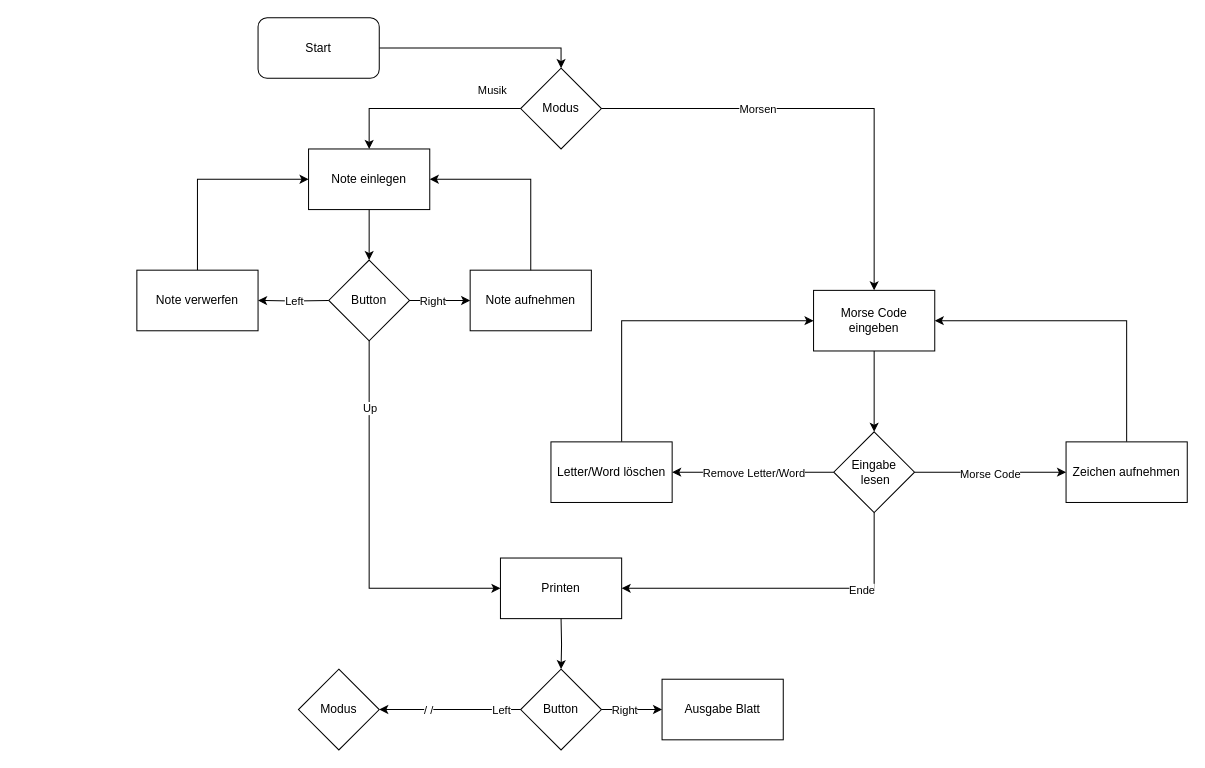
Earlier version of the draw.io diagram JMALX3/FLowchart_LEGO.drawio (Janus124/LegoMindstorms). Source tidied: cells renumbered, new cells numbered last; positions are measured from the earlier drawing's top-left corner, leaving out a move shared by most shapes. Both pictures are drawn from the tidied source at 101%, with x=0, y=0 at pixel (136, 17).
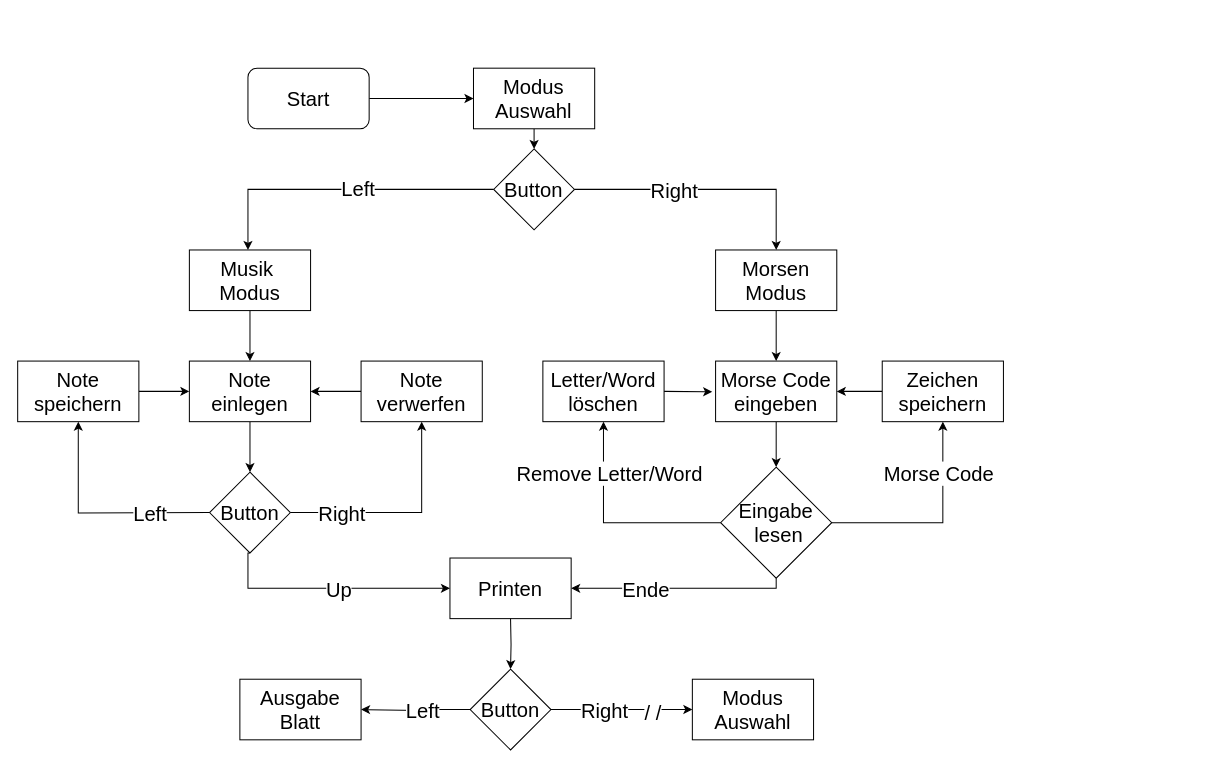
The same page after the edit.

Diff of the diagram source:
```diff
@@
-    <mxCell id="2" style="edgeStyle=orthogonalEdgeStyle;rounded=0;jettySize=auto;html=1;exitX=0;exitY=0.5;exitDx=0;exitDy=0;entryX=0.5;entryY=0;entryDx=0;entryDy=0;" parent="1" edge="1" source="6" target="10">
+    <mxCell id="2" style="edgeStyle=orthogonalEdgeStyle;rounded=0;jettySize=auto;html=1;exitX=0;exitY=0.5;exitDx=0;exitDy=0;fontSize=20;" parent="1" edge="1" source="6" target="50">
       <mxGeometry relative="1" as="geometry">
         <Array as="points">
-          <mxPoint x="230" y="90" />
+          <mxPoint x="110" y="170" />
         </Array>
       </mxGeometry>
     </mxCell>
-    <mxCell id="3" value="Musik" style="edgeLabel;html=1;align=center;verticalAlign=middle;" parent="2" vertex="1">
+    <mxCell id="3" value="Left" style="edgeLabel;html=1;align=center;verticalAlign=middle;fontSize=20;" parent="2" vertex="1">
       <mxGeometry x="0.16" y="-1" relative="1" as="geometry">
-        <mxPoint x="81" y="-18" as="offset" />
+        <mxPoint x="41" y="-1" as="offset" />
       </mxGeometry>
     </mxCell>
-    <mxCell id="4" style="edgeStyle=orthogonalEdgeStyle;rounded=0;jettySize=auto;html=1;exitX=1;exitY=0.5;exitDx=0;exitDy=0;entryX=0.5;entryY=0;entryDx=0;entryDy=0;" parent="1" edge="1" source="6" target="12">
+    <mxCell id="4" style="edgeStyle=orthogonalEdgeStyle;rounded=0;jettySize=auto;html=1;exitX=1;exitY=0.5;exitDx=0;exitDy=0;fontSize=20;entryX=0.5;entryY=0;entryDx=0;entryDy=0;" parent="1" edge="1" source="6" target="52">
       <mxGeometry relative="1" as="geometry">
         <Array as="points">
-          <mxPoint x="730" y="90" />
+          <mxPoint x="633" y="170" />
         </Array>
       </mxGeometry>
     </mxCell>
-    <mxCell id="5" value="Morsen" style="edgeLabel;html=1;align=center;verticalAlign=middle;" parent="4" vertex="1">
+    <mxCell id="5" value="Right" style="edgeLabel;html=1;align=center;verticalAlign=middle;fontSize=20;" parent="4" vertex="1">
       <mxGeometry x="0.04" relative="1" as="geometry">
-        <mxPoint x="-80" as="offset" />
+        <mxPoint x="-37" as="offset" />
       </mxGeometry>
     </mxCell>
-    <mxCell id="6" value="Modus" style="rhombus;whiteSpace=wrap;html=1;" parent="1" vertex="1">
-      <mxGeometry x="380" y="50" width="80" height="80" as="geometry" />
+    <mxCell id="6" value="Button" style="rhombus;whiteSpace=wrap;html=1;fontSize=20;" parent="1" vertex="1">
+      <mxGeometry x="353.3" y="130" width="80" height="80" as="geometry" />
     </mxCell>
-    <mxCell id="7" style="edgeStyle=orthogonalEdgeStyle;rounded=0;jettySize=auto;html=1;entryX=0.5;entryY=0;entryDx=0;entryDy=0;" parent="1" edge="1" source="8" target="6">
-      <mxGeometry relative="1" as="geometry" />
-    </mxCell>
+    <mxCell id="45" style="edgeStyle=orthogonalEdgeStyle;rounded=0;jettySize=auto;html=1;entryX=0;entryY=0.5;entryDx=0;entryDy=0;" parent="1" edge="1" source="8" target="48">
+      <mxGeometry relative="1" as="geometry" />
+    </mxCell>
-    <mxCell id="8" value="Start" style="rounded=1;whiteSpace=wrap;html=1;" parent="1" vertex="1">
-      <mxGeometry x="120" width="120" height="60" as="geometry" />
+    <mxCell id="8" value="Start" style="rounded=1;whiteSpace=wrap;html=1;fontSize=20;" parent="1" vertex="1">
+      <mxGeometry x="110" y="50" width="120" height="60" as="geometry" />
     </mxCell>
-    <mxCell id="9" style="edgeStyle=orthogonalEdgeStyle;rounded=0;jettySize=auto;html=1;entryX=0.5;entryY=0;entryDx=0;entryDy=0;" parent="1" edge="1" source="10" target="29">
+    <mxCell id="9" style="edgeStyle=orthogonalEdgeStyle;rounded=0;jettySize=auto;html=1;entryX=0.5;entryY=0;entryDx=0;entryDy=0;fontSize=20;" parent="1" edge="1" source="10" target="29">
       <mxGeometry relative="1" as="geometry" />
     </mxCell>
-    <mxCell id="10" value="Note einlegen" style="rounded=0;whiteSpace=wrap;html=1;" parent="1" vertex="1">
-      <mxGeometry x="170" y="130" width="120" height="60" as="geometry" />
+    <mxCell id="10" value="Note einlegen" style="rounded=0;whiteSpace=wrap;html=1;fontSize=20;" parent="1" vertex="1">
+      <mxGeometry x="52" y="340" width="120" height="60" as="geometry" />
     </mxCell>
-    <mxCell id="11" style="edgeStyle=orthogonalEdgeStyle;rounded=0;jettySize=auto;html=1;entryX=0.5;entryY=0;entryDx=0;entryDy=0;" parent="1" edge="1" source="12" target="19">
+    <mxCell id="11" style="edgeStyle=orthogonalEdgeStyle;rounded=0;jettySize=auto;html=1;entryX=0.5;entryY=0;entryDx=0;entryDy=0;fontSize=20;" parent="1" edge="1" source="12" target="19">
       <mxGeometry relative="1" as="geometry" />
     </mxCell>
-    <mxCell id="12" value="Morse Code eingeben" style="rounded=0;whiteSpace=wrap;html=1;" parent="1" vertex="1">
-      <mxGeometry x="670" y="270" width="120" height="60" as="geometry" />
+    <mxCell id="12" value="Morse Code eingeben" style="rounded=0;whiteSpace=wrap;html=1;fontSize=20;" parent="1" vertex="1">
+      <mxGeometry x="573" y="340" width="120" height="60" as="geometry" />
     </mxCell>
-    <mxCell id="13" style="edgeStyle=orthogonalEdgeStyle;rounded=0;jettySize=auto;html=1;entryX=0;entryY=0.5;entryDx=0;entryDy=0;" parent="1" edge="1" source="19" target="24">
+    <mxCell id="13" style="edgeStyle=orthogonalEdgeStyle;rounded=0;jettySize=auto;html=1;entryX=0.5;entryY=1;entryDx=0;entryDy=0;fontSize=20;exitX=1;exitY=0.5;exitDx=0;exitDy=0;" parent="1" edge="1" source="19" target="24">
       <mxGeometry relative="1" as="geometry">
         <Array as="points">
-          <mxPoint x="860" y="450" />
-          <mxPoint x="860" y="450" />
+          <mxPoint x="798" y="500" />
         </Array>
       </mxGeometry>
     </mxCell>
-    <mxCell id="14" value="Morse Code" style="edgeLabel;html=1;align=center;verticalAlign=middle;" parent="13" vertex="1">
-      <mxGeometry x="-0.02" y="-1" relative="1" as="geometry" />
+    <mxCell id="14" value="Morse Code" style="edgeLabel;html=1;align=center;verticalAlign=middle;fontSize=20;" parent="13" vertex="1">
+      <mxGeometry x="-0.02" y="-1" relative="1" as="geometry">
+        <mxPoint x="2" y="-51" as="offset" />
+      </mxGeometry>
     </mxCell>
-    <mxCell id="15" style="edgeStyle=orthogonalEdgeStyle;rounded=0;jettySize=auto;html=1;exitX=0;exitY=0.5;exitDx=0;exitDy=0;entryX=1;entryY=0.5;entryDx=0;entryDy=0;" parent="1" edge="1" source="19" target="22">
+    <mxCell id="15" style="edgeStyle=orthogonalEdgeStyle;rounded=0;jettySize=auto;html=1;exitX=0;exitY=0.5;exitDx=0;exitDy=0;entryX=0.5;entryY=1;entryDx=0;entryDy=0;fontSize=20;" parent="1" edge="1" source="19" target="22">
       <mxGeometry relative="1" as="geometry">
         <Array as="points">
-          <mxPoint x="530" y="450" />
+          <mxPoint x="462" y="500" />
         </Array>
       </mxGeometry>
     </mxCell>
-    <mxCell id="16" value="Remove Letter/Word" style="edgeLabel;html=1;align=center;verticalAlign=middle;" parent="15" vertex="1">
-      <mxGeometry relative="1" as="geometry" />
+    <mxCell id="16" value="Remove Letter/Word" style="edgeLabel;html=1;align=center;verticalAlign=middle;fontSize=20;" parent="15" vertex="1">
+      <mxGeometry relative="1" as="geometry">
+        <mxPoint x="-3" y="-50" as="offset" />
+      </mxGeometry>
     </mxCell>
-    <mxCell id="17" style="edgeStyle=orthogonalEdgeStyle;rounded=0;jettySize=auto;html=1;entryX=1;entryY=0.5;entryDx=0;entryDy=0;" parent="1" edge="1" source="19" target="20">
+    <mxCell id="17" style="edgeStyle=orthogonalEdgeStyle;rounded=0;jettySize=auto;html=1;entryX=1;entryY=0.5;entryDx=0;entryDy=0;fontSize=20;exitX=0.5;exitY=1;exitDx=0;exitDy=0;" parent="1" edge="1" source="19" target="20">
       <mxGeometry relative="1" as="geometry">
         <Array as="points">
-          <mxPoint x="730" y="565" />
+          <mxPoint x="633" y="565" />
         </Array>
       </mxGeometry>
     </mxCell>
-    <mxCell id="18" value="Ende" style="edgeLabel;html=1;align=center;verticalAlign=middle;" parent="17" vertex="1">
-      <mxGeometry x="-0.46" y="1" relative="1" as="geometry" />
+    <mxCell id="18" value="Ende" style="edgeLabel;html=1;align=center;verticalAlign=middle;fontSize=20;" parent="17" vertex="1">
+      <mxGeometry x="-0.46" y="1" relative="1" as="geometry">
+        <mxPoint x="-82" y="-1" as="offset" />
+      </mxGeometry>
     </mxCell>
-    <mxCell id="19" value="Eingabe&lt;div&gt;&amp;nbsp;lesen&lt;/div&gt;" style="rhombus;whiteSpace=wrap;html=1;" parent="1" vertex="1">
-      <mxGeometry x="690" y="410" width="80" height="80" as="geometry" />
+    <mxCell id="19" value="Eingabe&lt;div style=&quot;font-size: 20px;&quot;&gt;&amp;nbsp;lesen&lt;/div&gt;" style="rhombus;whiteSpace=wrap;html=1;fontSize=20;" parent="1" vertex="1">
+      <mxGeometry x="578" y="445" width="110" height="110" as="geometry" />
     </mxCell>
-    <mxCell id="20" value="Printen" style="rounded=0;whiteSpace=wrap;html=1;" parent="1" vertex="1">
-      <mxGeometry x="360" y="535" width="120" height="60" as="geometry" />
+    <mxCell id="20" value="Printen" style="rounded=0;whiteSpace=wrap;html=1;fontSize=20;" parent="1" vertex="1">
+      <mxGeometry x="310" y="535" width="120" height="60" as="geometry" />
     </mxCell>
-    <mxCell id="21" style="edgeStyle=orthogonalEdgeStyle;rounded=0;jettySize=auto;html=1;entryX=0;entryY=0.5;entryDx=0;entryDy=0;" parent="1" edge="1" source="22" target="12">
+    <mxCell id="21" style="edgeStyle=orthogonalEdgeStyle;rounded=0;jettySize=auto;html=1;entryX=-0.028;entryY=0.507;entryDx=0;entryDy=0;fontSize=20;entryPerimeter=0;exitX=1;exitY=0.5;exitDx=0;exitDy=0;" parent="1" edge="1" source="22" target="12">
       <mxGeometry relative="1" as="geometry">
         <Array as="points">
-          <mxPoint x="480" y="300" />
+          <mxPoint x="522" y="370" />
         </Array>
       </mxGeometry>
     </mxCell>
-    <mxCell id="22" value="Letter/Word löschen" style="rounded=0;whiteSpace=wrap;html=1;" parent="1" vertex="1">
-      <mxGeometry x="410" y="420" width="120" height="60" as="geometry" />
+    <mxCell id="22" value="Letter/Word löschen" style="rounded=0;whiteSpace=wrap;html=1;fontSize=20;" parent="1" vertex="1">
+      <mxGeometry x="402" y="340" width="120" height="60" as="geometry" />
     </mxCell>
-    <mxCell id="23" style="edgeStyle=orthogonalEdgeStyle;rounded=0;jettySize=auto;html=1;exitX=0.5;exitY=0;exitDx=0;exitDy=0;entryX=1;entryY=0.5;entryDx=0;entryDy=0;" parent="1" edge="1" source="24" target="12">
+    <mxCell id="23" style="edgeStyle=orthogonalEdgeStyle;rounded=0;jettySize=auto;html=1;exitX=0;exitY=0.5;exitDx=0;exitDy=0;entryX=1;entryY=0.5;entryDx=0;entryDy=0;" parent="1" edge="1" source="24" target="12">
       <mxGeometry relative="1" as="geometry" />
     </mxCell>
-    <mxCell id="24" value="Zeichen aufnehmen" style="rounded=0;whiteSpace=wrap;html=1;" parent="1" vertex="1">
-      <mxGeometry x="920" y="420" width="120" height="60" as="geometry" />
+    <mxCell id="24" value="Zeichen speichern" style="rounded=0;whiteSpace=wrap;html=1;fontSize=20;" parent="1" vertex="1">
+      <mxGeometry x="738" y="340" width="120" height="60" as="geometry" />
     </mxCell>
-    <mxCell id="25" style="edgeStyle=orthogonalEdgeStyle;rounded=0;jettySize=auto;html=1;entryX=0;entryY=0.5;entryDx=0;entryDy=0;" parent="1" edge="1" source="29" target="34">
+    <mxCell id="25" style="edgeStyle=orthogonalEdgeStyle;rounded=0;jettySize=auto;html=1;entryX=0.5;entryY=1;entryDx=0;entryDy=0;fontSize=20;" parent="1" edge="1" source="29" target="34">
       <mxGeometry relative="1" as="geometry" />
     </mxCell>
-    <mxCell id="26" value="Right" style="edgeLabel;html=1;align=center;verticalAlign=middle;" parent="25" vertex="1">
-      <mxGeometry x="-0.26" relative="1" as="geometry" />
+    <mxCell id="26" value="Right" style="edgeLabel;html=1;align=center;verticalAlign=middle;fontSize=20;" parent="25" vertex="1">
+      <mxGeometry x="-0.26" relative="1" as="geometry">
+        <mxPoint x="-31" as="offset" />
+      </mxGeometry>
     </mxCell>
-    <mxCell id="27" style="edgeStyle=orthogonalEdgeStyle;rounded=0;jettySize=auto;html=1;entryX=0;entryY=0.5;entryDx=0;entryDy=0;" parent="1" edge="1" source="29" target="20">
+    <mxCell id="27" style="edgeStyle=orthogonalEdgeStyle;rounded=0;jettySize=auto;html=1;entryX=0;entryY=0.5;entryDx=0;entryDy=0;fontSize=20;exitX=0.5;exitY=1;exitDx=0;exitDy=0;" parent="1" edge="1" source="29" target="20">
       <mxGeometry relative="1" as="geometry">
         <Array as="points">
-          <mxPoint x="230" y="565" />
+          <mxPoint x="110" y="565" />
         </Array>
       </mxGeometry>
     </mxCell>
-    <mxCell id="28" value="Up" style="edgeLabel;html=1;align=center;verticalAlign=middle;" parent="27" vertex="1">
-      <mxGeometry x="-0.65" relative="1" as="geometry" />
+    <mxCell id="28" value="Up" style="edgeLabel;html=1;align=center;verticalAlign=middle;fontSize=20;" parent="27" vertex="1">
+      <mxGeometry x="-0.65" relative="1" as="geometry">
+        <mxPoint x="85" as="offset" />
+      </mxGeometry>
     </mxCell>
-    <mxCell id="29" value="Button" style="rhombus;whiteSpace=wrap;html=1;" parent="1" vertex="1">
-      <mxGeometry x="190" y="240" width="80" height="80" as="geometry" />
+    <mxCell id="29" value="Button" style="rhombus;whiteSpace=wrap;html=1;fontSize=20;" parent="1" vertex="1">
+      <mxGeometry x="72" y="450" width="80" height="80" as="geometry" />
     </mxCell>
-    <mxCell id="30" style="edgeStyle=orthogonalEdgeStyle;rounded=0;jettySize=auto;html=1;exitX=0;exitY=0.5;exitDx=0;exitDy=0;entryX=1;entryY=0.5;entryDx=0;entryDy=0;" parent="1" edge="1" target="33">
+    <mxCell id="30" style="edgeStyle=orthogonalEdgeStyle;rounded=0;jettySize=auto;html=1;exitX=0;exitY=0.5;exitDx=0;exitDy=0;entryX=0.5;entryY=1;entryDx=0;entryDy=0;fontSize=20;" parent="1" edge="1" target="33">
       <mxGeometry relative="1" as="geometry">
-        <mxPoint x="190" y="280" as="sourcePoint" />
+        <mxPoint x="72" y="490" as="sourcePoint" />
       </mxGeometry>
     </mxCell>
-    <mxCell id="31" value="Left" style="edgeLabel;html=1;align=center;verticalAlign=middle;" parent="30" vertex="1">
-      <mxGeometry relative="1" as="geometry" />
+    <mxCell id="31" value="Left" style="edgeLabel;html=1;align=center;verticalAlign=middle;fontSize=20;" parent="30" vertex="1">
+      <mxGeometry relative="1" as="geometry">
+        <mxPoint x="50" as="offset" />
+      </mxGeometry>
     </mxCell>
     <mxCell id="32" style="edgeStyle=orthogonalEdgeStyle;rounded=0;jettySize=auto;html=1;entryX=0;entryY=0.5;entryDx=0;entryDy=0;" parent="1" edge="1" source="33" target="10">
-      <mxGeometry relative="1" as="geometry">
-        <Array as="points">
-          <mxPoint x="60" y="160" />
-        </Array>
-      </mxGeometry>
+      <mxGeometry relative="1" as="geometry" />
     </mxCell>
-    <mxCell id="33" value="Note verwerfen" style="rounded=0;whiteSpace=wrap;html=1;" parent="1" vertex="1">
-      <mxGeometry y="250" width="120" height="60" as="geometry" />
+    <mxCell id="33" value="Note speichern" style="rounded=0;whiteSpace=wrap;html=1;fontSize=20;" parent="1" vertex="1">
+      <mxGeometry x="-118" y="340" width="120" height="60" as="geometry" />
     </mxCell>
+    <mxCell id="46" style="edgeStyle=orthogonalEdgeStyle;rounded=0;jettySize=auto;html=1;entryX=1;entryY=0.5;entryDx=0;entryDy=0;" parent="1" edge="1" source="34" target="10">
+      <mxGeometry relative="1" as="geometry" />
+    </mxCell>
-    <mxCell id="34" value="Note aufnehmen" style="rounded=0;whiteSpace=wrap;html=1;" parent="1" vertex="1">
-      <mxGeometry x="330" y="250" width="120" height="60" as="geometry" />
+    <mxCell id="34" value="Note verwerfen" style="rounded=0;whiteSpace=wrap;html=1;fontSize=20;" parent="1" vertex="1">
+      <mxGeometry x="222" y="340" width="120" height="60" as="geometry" />
     </mxCell>
-    <mxCell id="35" style="edgeStyle=orthogonalEdgeStyle;rounded=0;jettySize=auto;html=1;" parent="1" edge="1" source="34">
-      <mxGeometry relative="1" as="geometry">
-        <mxPoint x="290" y="160" as="targetPoint" />
-        <Array as="points">
-          <mxPoint x="390" y="160" />
-          <mxPoint x="292" y="160" />
-        </Array>
-      </mxGeometry>
-    </mxCell>
-    <mxCell id="36" style="edgeStyle=orthogonalEdgeStyle;rounded=0;jettySize=auto;html=1;entryX=0.5;entryY=0;entryDx=0;entryDy=0;" parent="1" edge="1" target="42">
+    <mxCell id="36" style="edgeStyle=orthogonalEdgeStyle;rounded=0;jettySize=auto;html=1;entryX=0.5;entryY=0;entryDx=0;entryDy=0;fontSize=20;" parent="1" edge="1" target="42">
       <mxGeometry relative="1" as="geometry">
-        <mxPoint x="420" y="595" as="sourcePoint" />
+        <mxPoint x="370" y="595" as="sourcePoint" />
       </mxGeometry>
     </mxCell>
-    <mxCell id="37" style="edgeStyle=orthogonalEdgeStyle;rounded=0;jettySize=auto;html=1;entryX=0;entryY=0.5;entryDx=0;entryDy=0;" parent="1" edge="1" source="42">
-      <mxGeometry relative="1" as="geometry">
-        <mxPoint x="520" y="685" as="targetPoint" />
-      </mxGeometry>
+    <mxCell id="37" style="edgeStyle=orthogonalEdgeStyle;rounded=0;jettySize=auto;html=1;fontSize=20;entryX=0;entryY=0.5;entryDx=0;entryDy=0;" parent="1" edge="1" source="42" target="53">
+      <mxGeometry relative="1" as="geometry" />
     </mxCell>
-    <mxCell id="38" value="Right" style="edgeLabel;html=1;align=center;verticalAlign=middle;" parent="37" vertex="1">
+    <mxCell id="38" value="Right" style="edgeLabel;html=1;align=center;verticalAlign=middle;fontSize=20;" parent="37" vertex="1">
       <mxGeometry x="-0.26" relative="1" as="geometry" />
     </mxCell>
+    <mxCell id="41" value="&lt;font style=&quot;font-size: 20px;&quot;&gt;/ /&lt;/font&gt;" style="edgeLabel;html=1;align=center;verticalAlign=middle;" parent="37" vertex="1">
+      <mxGeometry x="0.47" y="-2" relative="1" as="geometry">
+        <mxPoint x="-3" as="offset" />
+      </mxGeometry>
+    </mxCell>
-    <mxCell id="39" style="edgeStyle=orthogonalEdgeStyle;rounded=0;jettySize=auto;html=1;entryX=1;entryY=0.5;entryDx=0;entryDy=0;" parent="1" edge="1" source="42" target="43">
-      <mxGeometry relative="1" as="geometry" />
+    <mxCell id="39" style="edgeStyle=orthogonalEdgeStyle;rounded=0;jettySize=auto;html=1;fontSize=20;entryX=1;entryY=0.5;entryDx=0;entryDy=0;" parent="1" edge="1" source="42" target="44">
+      <mxGeometry relative="1" as="geometry">
+        <Array as="points">
+          <mxPoint x="280" y="685" />
+          <mxPoint x="222" y="686" />
+        </Array>
+      </mxGeometry>
     </mxCell>
-    <mxCell id="40" value="Left" style="edgeLabel;html=1;align=center;verticalAlign=middle;" parent="39" vertex="1">
+    <mxCell id="40" value="Left" style="edgeLabel;html=1;align=center;verticalAlign=middle;fontSize=20;" parent="39" vertex="1">
       <mxGeometry x="-0.23" y="1" relative="1" as="geometry">
-        <mxPoint x="34" y="-1" as="offset" />
+        <mxPoint x="-6" y="-1" as="offset" />
       </mxGeometry>
     </mxCell>
-    <mxCell id="41" value="/ /" style="edgeLabel;html=1;align=center;verticalAlign=middle;" parent="39" vertex="1">
-      <mxGeometry x="0.31" relative="1" as="geometry" />
-    </mxCell>
-    <mxCell id="42" value="Button" style="rhombus;whiteSpace=wrap;html=1;" parent="1" vertex="1">
-      <mxGeometry x="380" y="645" width="80" height="80" as="geometry" />
+    <mxCell id="42" value="Button" style="rhombus;whiteSpace=wrap;html=1;fontSize=20;" parent="1" vertex="1">
+      <mxGeometry x="330" y="645" width="80" height="80" as="geometry" />
     </mxCell>
-    <mxCell id="43" value="Modus" style="rhombus;whiteSpace=wrap;html=1;" parent="1" vertex="1">
-      <mxGeometry x="160" y="645" width="80" height="80" as="geometry" />
-    </mxCell>
-    <mxCell id="44" value="Ausgabe Blatt" style="rounded=0;whiteSpace=wrap;html=1;" parent="1" vertex="1">
-      <mxGeometry x="520" y="655" width="120" height="60" as="geometry" />
+    <mxCell id="44" value="Ausgabe Blatt" style="rounded=0;whiteSpace=wrap;html=1;fontSize=20;" parent="1" vertex="1">
+      <mxGeometry x="102" y="655" width="120" height="60" as="geometry" />
     </mxCell>
+    <mxCell id="47" style="edgeStyle=orthogonalEdgeStyle;rounded=0;jettySize=auto;html=1;exitX=0.5;exitY=1;exitDx=0;exitDy=0;entryX=0.5;entryY=0;entryDx=0;entryDy=0;" parent="1" edge="1" source="48" target="6">
+      <mxGeometry relative="1" as="geometry" />
+    </mxCell>
+    <mxCell id="48" value="&lt;font style=&quot;font-size: 20px;&quot;&gt;Modus Auswahl&lt;/font&gt;" style="rounded=0;whiteSpace=wrap;html=1;" parent="1" vertex="1">
+      <mxGeometry x="333.3" y="50" width="120" height="60" as="geometry" />
+    </mxCell>
+    <mxCell id="49" style="edgeStyle=orthogonalEdgeStyle;rounded=0;jettySize=auto;html=1;" parent="1" edge="1" source="50" target="10">
+      <mxGeometry relative="1" as="geometry" />
+    </mxCell>
+    <mxCell id="50" value="&lt;font style=&quot;font-size: 20px;&quot;&gt;Musik&amp;nbsp;&lt;/font&gt;&lt;div&gt;&lt;font style=&quot;font-size: 20px;&quot;&gt;Modus&lt;/font&gt;&lt;/div&gt;" style="rounded=0;whiteSpace=wrap;html=1;" parent="1" vertex="1">
+      <mxGeometry x="52" y="230" width="120" height="60" as="geometry" />
+    </mxCell>
+    <mxCell id="51" style="edgeStyle=orthogonalEdgeStyle;rounded=0;jettySize=auto;html=1;entryX=0.5;entryY=0;entryDx=0;entryDy=0;" parent="1" edge="1" source="52" target="12">
+      <mxGeometry relative="1" as="geometry" />
+    </mxCell>
+    <mxCell id="52" value="&lt;font style=&quot;font-size: 20px;&quot;&gt;Morsen Modus&lt;/font&gt;" style="rounded=0;whiteSpace=wrap;html=1;" parent="1" vertex="1">
+      <mxGeometry x="573" y="230" width="120" height="60" as="geometry" />
+    </mxCell>
+    <mxCell id="53" value="&lt;font style=&quot;font-size: 20px;&quot;&gt;Modus Auswahl&lt;/font&gt;" style="rounded=0;whiteSpace=wrap;html=1;" parent="1" vertex="1">
+      <mxGeometry x="550" y="655" width="120" height="60" as="geometry" />
+    </mxCell>
```
